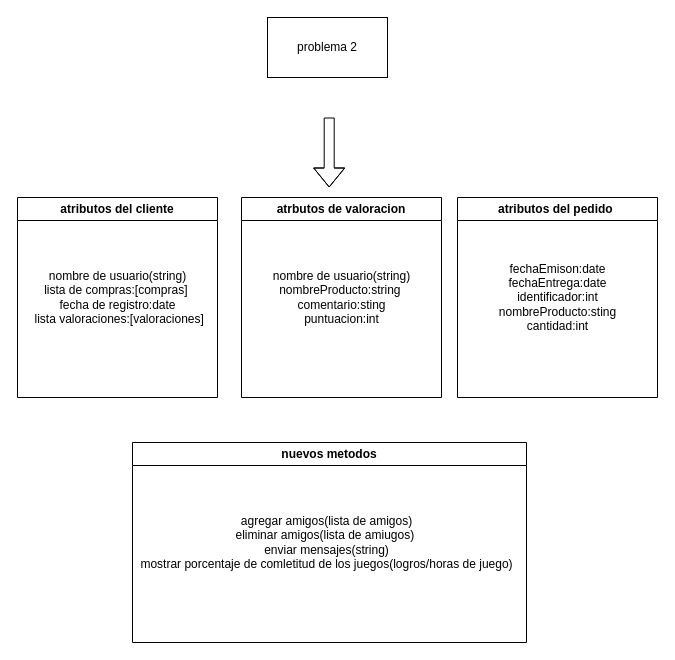
Above: page "Página-2" (2 of 4) of Diagrama sin título.drawio in dmnik08/3prueba (draw.io), before the change. Source tidied: cells renumbered, new cells numbered last; positions are measured from the earlier drawing's top-left corner, leaving out a move shared by most shapes. Both pictures are drawn from the tidied source at 100%, with x=0, y=0 at pixel (17, 17).
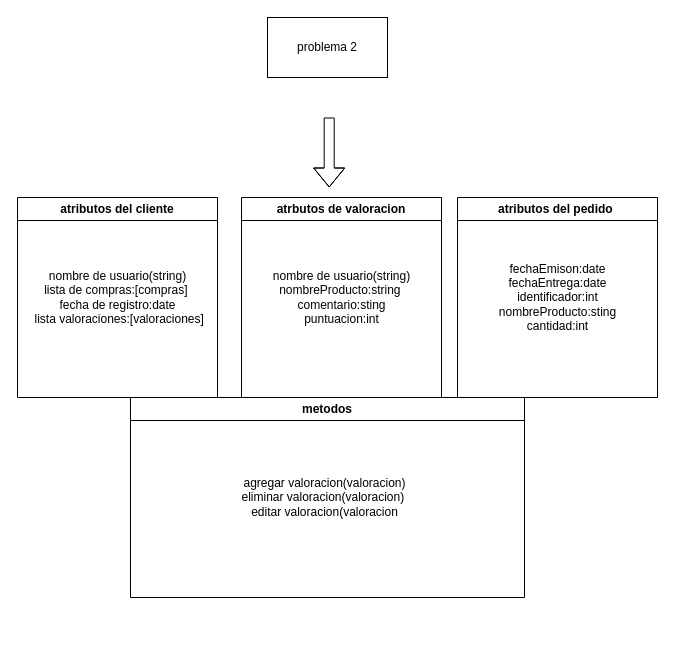
The same diagram, later.

The edit, as a diff of the source:
```diff
@@
 <mxGraphModel>
   <root>
     <mxCell id="0" />
     <mxCell id="1" parent="0" />
     <mxCell id="2" value="problema 2" style="rounded=0;whiteSpace=wrap;html=1;" parent="1" vertex="1">
       <mxGeometry x="250" width="120" height="60" as="geometry" />
     </mxCell>
     <mxCell id="3" style="shape=flexArrow;endArrow=classic;html=1;rounded=0;" parent="1" edge="1">
       <mxGeometry relative="1" as="geometry">
         <mxPoint x="311.7" y="100" as="sourcePoint" />
         <mxPoint x="311.7" y="170" as="targetPoint" />
         <Array as="points">
           <mxPoint x="311.7" y="150" />
         </Array>
       </mxGeometry>
     </mxCell>
     <mxCell id="4" value="atributos del cliente" style="swimlane;whiteSpace=wrap;html=1;" parent="1" vertex="1">
       <mxGeometry y="180" width="200" height="200" as="geometry" />
     </mxCell>
     <mxCell id="5" value="nombre de usuario(string)&lt;div&gt;lista de compras:[compras]&amp;nbsp;&lt;/div&gt;&lt;div&gt;fecha de registro:date&lt;/div&gt;&lt;div&gt;&lt;span style=&quot;background-color: transparent; color: light-dark(rgb(0, 0, 0), rgb(255, 255, 255));&quot;&gt;&amp;nbsp;lista valoraciones:[valoraciones]&lt;/span&gt;&lt;/div&gt;" style="text;html=1;align=center;verticalAlign=middle;strokeColor=none;fillColor=none;" parent="4" vertex="1">
       <mxGeometry y="65" width="200" height="70" as="geometry" />
     </mxCell>
-    <mxCell id="6" value="nuevos metodos" style="swimlane;whiteSpace=wrap;html=1;" parent="1" vertex="1">
-      <mxGeometry x="115" y="425" width="394" height="200" as="geometry" />
+    <mxCell id="6" value="metodos" style="swimlane;whiteSpace=wrap;html=1;" parent="1" vertex="1">
+      <mxGeometry x="113" y="380" width="394" height="200" as="geometry" />
     </mxCell>
-    <mxCell id="7" value="agregar amigos(lista de amigos)&lt;div&gt;eliminar amigos(lista de amiugos)&amp;nbsp;&lt;/div&gt;&lt;div&gt;enviar mensajes(string)&lt;/div&gt;&lt;div&gt;mostrar porcentaje de comletitud de los juegos(logros/horas de juego)&lt;/div&gt;" style="text;html=1;align=center;verticalAlign=middle;strokeColor=none;fillColor=none;" parent="6" vertex="1">
-      <mxGeometry x="-6" y="65" width="400" height="70" as="geometry" />
+    <mxCell id="7" value="agregar valoracion(valoracion)&lt;div&gt;eliminar valoracion(valoracion)&amp;nbsp;&lt;/div&gt;&lt;div&gt;editar valoracion(valoracion&lt;/div&gt;" style="text;html=1;align=center;verticalAlign=middle;strokeColor=none;fillColor=none;" parent="6" vertex="1">
+      <mxGeometry x="99" y="70" width="190" height="60" as="geometry" />
     </mxCell>
     <mxCell id="8" value="atributos del pedido&amp;nbsp;" style="swimlane;whiteSpace=wrap;html=1;" parent="1" vertex="1">
       <mxGeometry x="440" y="180" width="200" height="200" as="geometry" />
     </mxCell>
     <mxCell id="9" value="fechaEmison:date&lt;div&gt;fechaEntrega:date&lt;/div&gt;&lt;div&gt;identificador:int&lt;/div&gt;&lt;div&gt;nombreProducto:sting&lt;/div&gt;&lt;div&gt;cantidad:int&lt;/div&gt;" style="text;html=1;align=center;verticalAlign=middle;strokeColor=none;fillColor=none;" parent="8" vertex="1">
       <mxGeometry x="30" y="55" width="140" height="90" as="geometry" />
     </mxCell>
     <mxCell id="10" value="atrbutos de valoracion" style="swimlane;whiteSpace=wrap;html=1;" parent="1" vertex="1">
       <mxGeometry x="224" y="180" width="200" height="200" as="geometry" />
     </mxCell>
     <mxCell id="11" value="nombre de usuario(string)&lt;div&gt;nombreProducto:string&amp;nbsp;&lt;/div&gt;&lt;div&gt;comentario:sting&lt;/div&gt;&lt;div&gt;puntuacion:int&lt;/div&gt;" style="text;html=1;align=center;verticalAlign=middle;strokeColor=none;fillColor=none;" parent="10" vertex="1">
       <mxGeometry x="20" y="65" width="160" height="70" as="geometry" />
     </mxCell>
   </root>
 </mxGraphModel>
```
